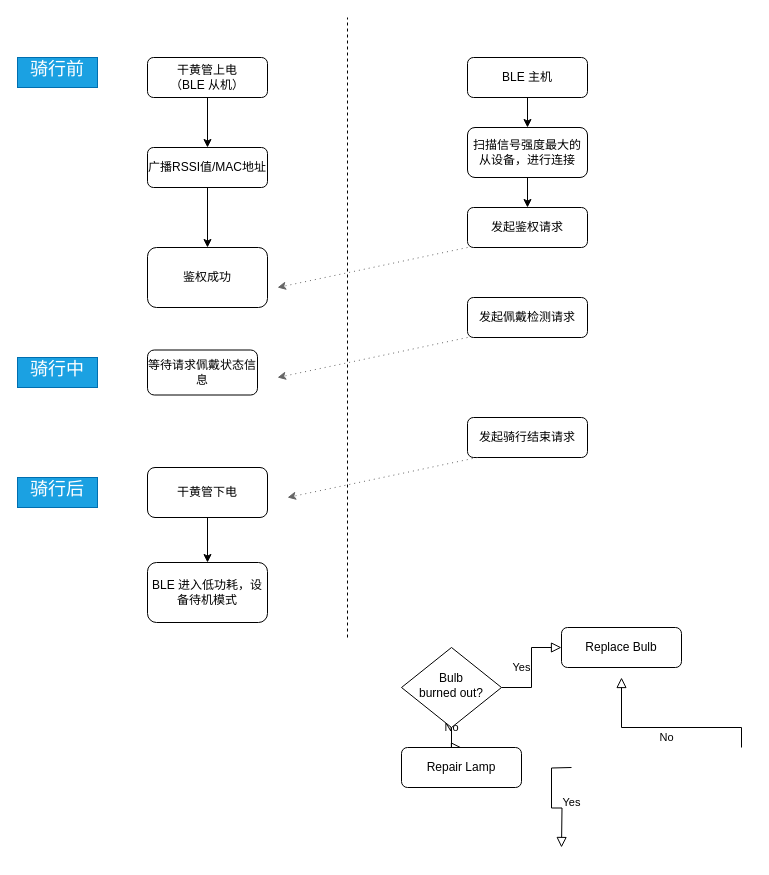
The draw.io diagram 未命名绘图.drawio in nicole088/2-LW_OOPC-C8T6, before the edit. Source tidied: cells renumbered, new cells numbered last; positions are measured from the earlier drawing's top-left corner, leaving out a move shared by most shapes. Both pictures are drawn from the tidied source at 100%, with x=0, y=0 at pixel (17, 17).
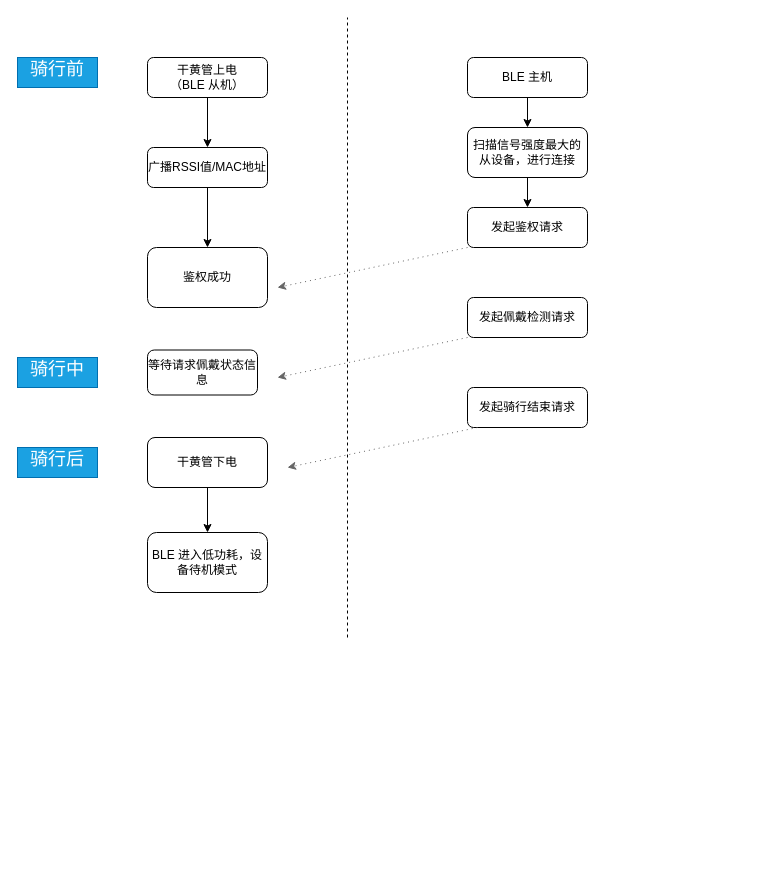
Above is the later version.

Commit message (it also covers changes not shown here):
更新未命名绘图.drawio

Diff of the diagram source:
```diff
@@
-    <mxCell id="4" value="Yes" style="rounded=0;html=1;jettySize=auto;orthogonalLoop=1;fontSize=11;endArrow=block;endFill=0;endSize=8;strokeWidth=1;shadow=0;labelBackgroundColor=none;edgeStyle=orthogonalEdgeStyle;" parent="1" edge="1">
-      <mxGeometry y="20" relative="1" as="geometry">
-        <mxPoint x="554" y="750" as="sourcePoint" />
-        <mxPoint x="544" y="830" as="targetPoint" />
-      </mxGeometry>
-    </mxCell>
-    <mxCell id="5" value="No" style="edgeStyle=orthogonalEdgeStyle;rounded=0;html=1;jettySize=auto;orthogonalLoop=1;fontSize=11;endArrow=block;endFill=0;endSize=8;strokeWidth=1;shadow=0;labelBackgroundColor=none;" parent="1" edge="1">
-      <mxGeometry y="10" relative="1" as="geometry">
-        <mxPoint x="724" y="730" as="sourcePoint" />
-        <mxPoint x="604" y="660" as="targetPoint" />
-        <Array as="points">
-          <mxPoint x="724" y="710" />
-          <mxPoint x="604" y="710" />
-        </Array>
-      </mxGeometry>
-    </mxCell>
@@
-    <mxCell id="8" value="No" style="rounded=0;html=1;jettySize=auto;fontSize=11;endArrow=block;endFill=0;endSize=8;strokeWidth=1;shadow=0;labelBackgroundColor=none;edgeStyle=orthogonalEdgeStyle;" parent="1" edge="1" source="10" target="11">
-      <mxGeometry x="0.33" y="20" relative="1" as="geometry" />
-    </mxCell>
-    <mxCell id="9" value="Yes" style="edgeStyle=orthogonalEdgeStyle;rounded=0;html=1;jettySize=auto;fontSize=11;endArrow=block;endFill=0;endSize=8;strokeWidth=1;shadow=0;labelBackgroundColor=none;" parent="1" edge="1" source="10" target="12">
-      <mxGeometry y="10" relative="1" as="geometry" />
-    </mxCell>
-    <mxCell id="10" value="Bulb&lt;br&gt;burned out?" style="rhombus;whiteSpace=wrap;html=1;shadow=0;fontFamily=Helvetica;fontSize=12;align=center;strokeWidth=1;spacing=6;spacingTop=-4;" parent="1" vertex="1">
-      <mxGeometry x="384" y="630" width="100" height="80" as="geometry" />
-    </mxCell>
-    <mxCell id="11" value="Repair Lamp" style="rounded=1;whiteSpace=wrap;html=1;fontSize=12;glass=0;strokeWidth=1;shadow=0;" parent="1" vertex="1">
-      <mxGeometry x="384" y="730" width="120" height="40" as="geometry" />
-    </mxCell>
-    <mxCell id="12" value="Replace Bulb" style="rounded=1;whiteSpace=wrap;html=1;fontSize=12;glass=0;strokeWidth=1;shadow=0;" parent="1" vertex="1">
-      <mxGeometry x="544" y="610" width="120" height="40" as="geometry" />
-    </mxCell>
@@
     <mxCell id="24" value="&lt;h1 style=&quot;font-size: 18px;&quot;&gt;&lt;font style=&quot;font-weight: normal; font-size: 18px;&quot; color=&quot;#ffffff&quot;&gt;骑行后&lt;/font&gt;&lt;/h1&gt;" style="text;html=1;fillColor=#1ba1e2;spacing=5;spacingTop=-20;whiteSpace=wrap;overflow=hidden;rounded=0;strokeColor=#006EAF;fontColor=#ffffff;align=center;verticalAlign=top;fontSize=18;" parent="1" vertex="1">
-      <mxGeometry y="460" width="80" height="30" as="geometry" />
+      <mxGeometry y="430" width="80" height="30" as="geometry" />
     </mxCell>
@@
     <mxCell id="26" value="干黄管下电" style="rounded=1;whiteSpace=wrap;html=1;fontSize=12;glass=0;strokeWidth=1;shadow=0;" parent="1" vertex="1">
-      <mxGeometry x="130" y="450" width="120" height="50" as="geometry" />
+      <mxGeometry x="130" y="420" width="120" height="50" as="geometry" />
     </mxCell>
     <mxCell id="27" value="BLE 进入低功耗，设备待机模式" style="whiteSpace=wrap;html=1;rounded=1;glass=0;strokeWidth=1;shadow=0;" parent="1" vertex="1">
-      <mxGeometry x="130" y="545" width="120" height="60" as="geometry" />
+      <mxGeometry x="130" y="515" width="120" height="60" as="geometry" />
     </mxCell>
@@
     <mxCell id="29" value="发起骑行结束请求" style="whiteSpace=wrap;html=1;rounded=1;glass=0;strokeWidth=1;shadow=0;" parent="1" vertex="1">
-      <mxGeometry x="450" y="400" width="120" height="40" as="geometry" />
+      <mxGeometry x="450" y="370" width="120" height="40" as="geometry" />
     </mxCell>
@@
     <mxCell id="31" style="endArrow=classic;html=1;rounded=0;exitX=0;exitY=0.75;exitDx=0;exitDy=0;dashed=1;dashPattern=1 4;fillColor=#f5f5f5;gradientColor=#b3b3b3;strokeColor=#666666;" parent="1" edge="1">
       <mxGeometry relative="1" as="geometry">
-        <mxPoint x="460" y="440" as="sourcePoint" />
-        <mxPoint x="270" y="480" as="targetPoint" />
+        <mxPoint x="460" y="410" as="sourcePoint" />
+        <mxPoint x="270" y="450" as="targetPoint" />
       </mxGeometry>
     </mxCell>
```
